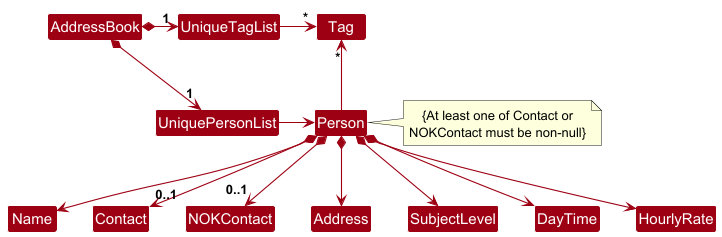
This is docs/images/BetterModelClassDiagram.png from Cheeden/tp, a PlantUML export, as it was before one commit.
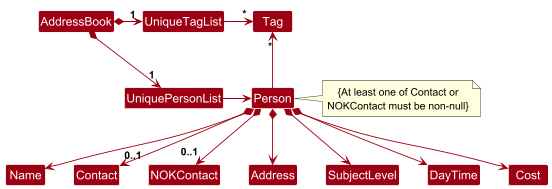
The same diagram one commit later.

What changed in the source:
```diff
@@ -19,7 +19,7 @@
 Person *--> Address
 Person *--> SubjectLevel
 Person *--> DayTime
-Person *--> HourlyRate
+Person *--> Cost
 
 note right of Person
 {At least one of Contact or
```
